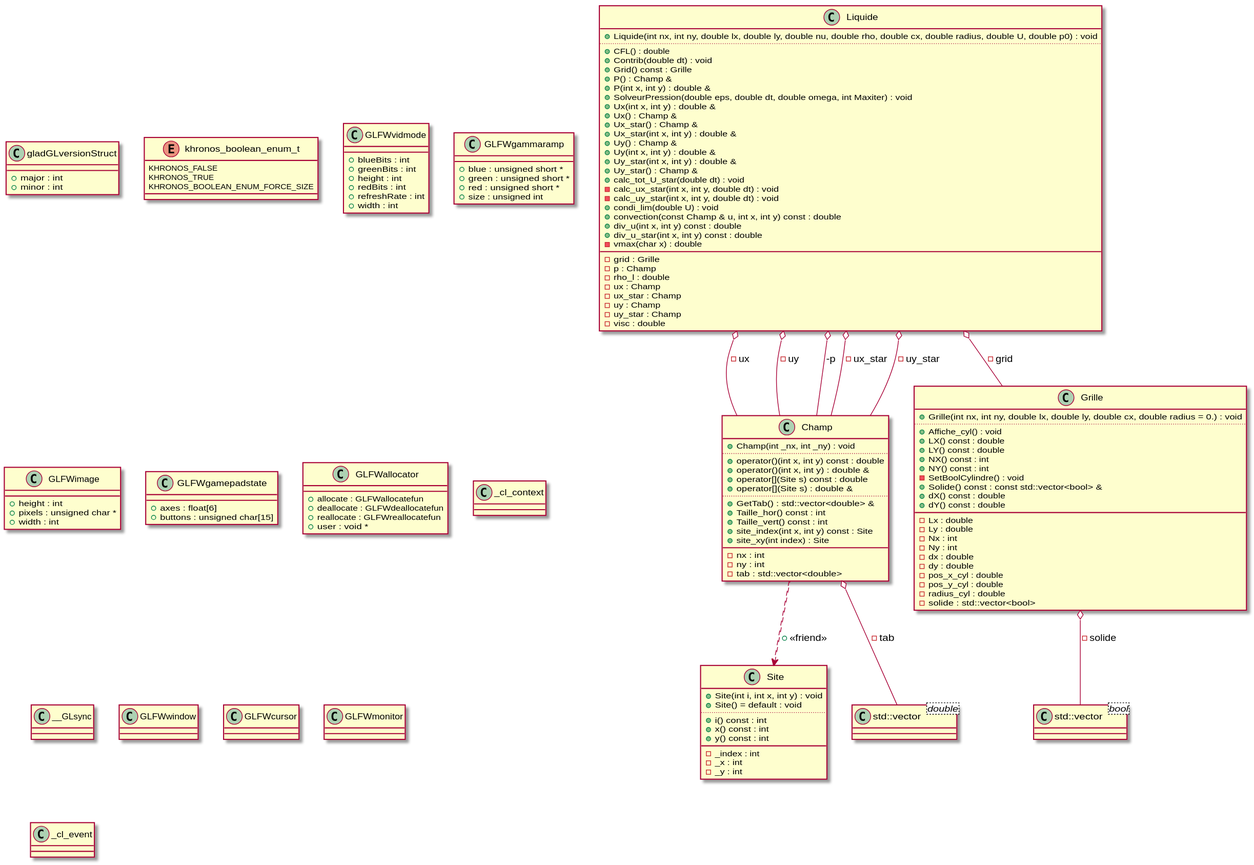
The PlantUML diagram diagrams/uml_diagram.svg in loftyramitsu/crazy_cylinder, before a commit.
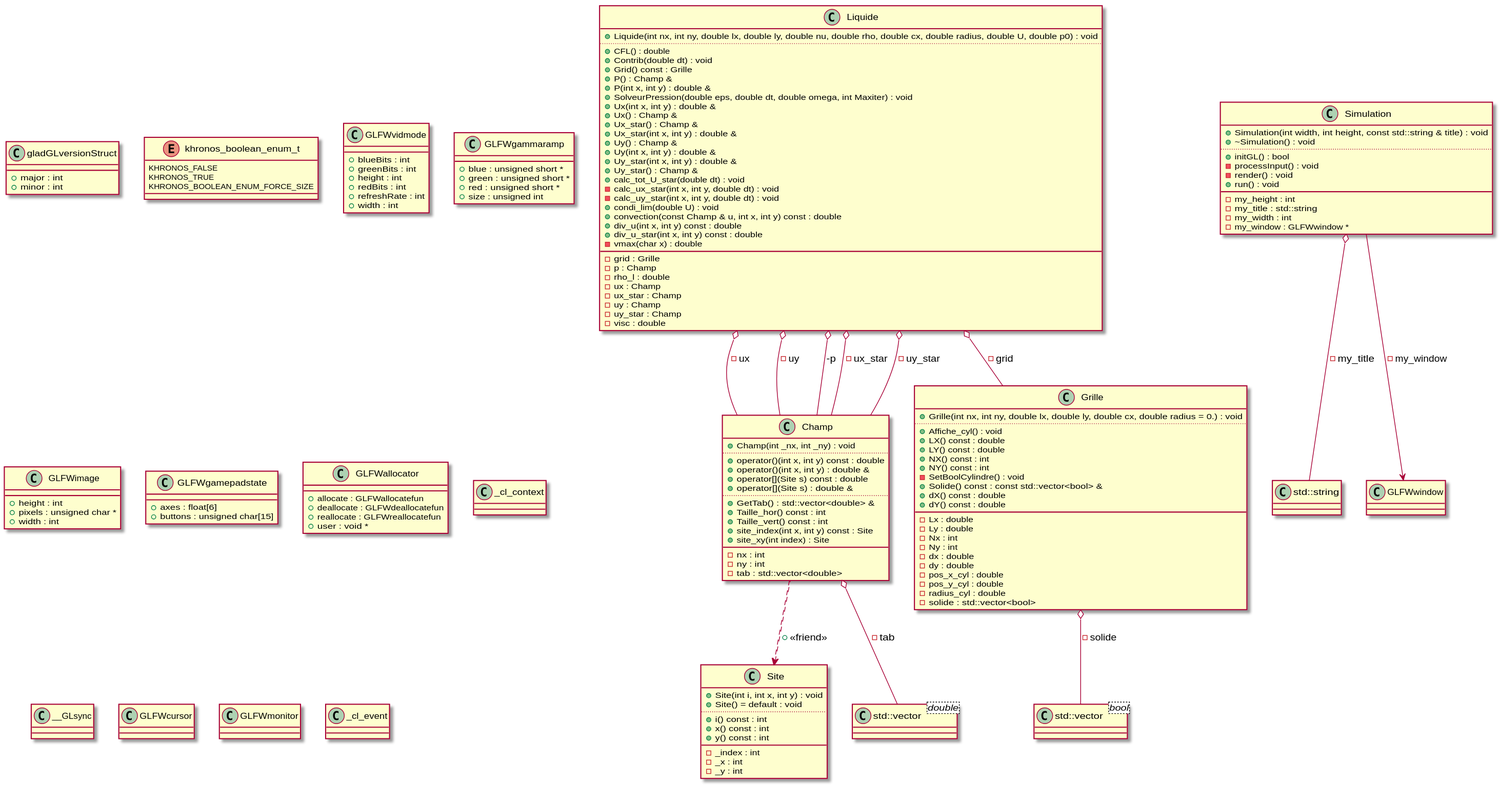
The same file after the commit.

Commit message:
replace the #if/#endif by #pragma once, creation of Simulation.cpp/Simulation.h

Diff of the diagram source:
```diff
@@ -5,6 +5,10 @@
 }
 class "std::vector<bool>" as C_0002045887772729987855
 class C_0002045887772729987855 {
+__
+}
+class "std::string" as C_0001275076681856179721
+class C_0001275076681856179721 {
 __
 }
 class "Site" as C_0001423274317303257258
@@ -151,6 +155,21 @@
 +reallocate : GLFWreallocatefun
 +user : void *
 }
+class "Simulation" as C_0009672375814248942351
+class C_0009672375814248942351 {
++Simulation(int width, int height, const std::string & title) : void
++~Simulation() : void
+..
++initGL() : bool
+-processInput() : void
+-render() : void
++run() : void
+__
+-my_height : int
+-my_title : std::string
+-my_width : int
+-my_window : GLFWwindow *
+}
 class "_cl_context" as C_0005505353034777529899
 class C_0005505353034777529899 {
 __
@@ -185,5 +204,7 @@
 C_0011212354420224549405 o-- C_0002403819096973212324 : -p
 C_0011212354420224549405 o-- C_0002403819096973212324 : -ux_star
 C_0011212354420224549405 o-- C_0002403819096973212324 : -uy_star
+C_0009672375814248942351 o-- C_0001275076681856179721 : -my_title
+C_0009672375814248942351 --> C_0008434725962297335764 : -my_window
 
 @enduml
```
